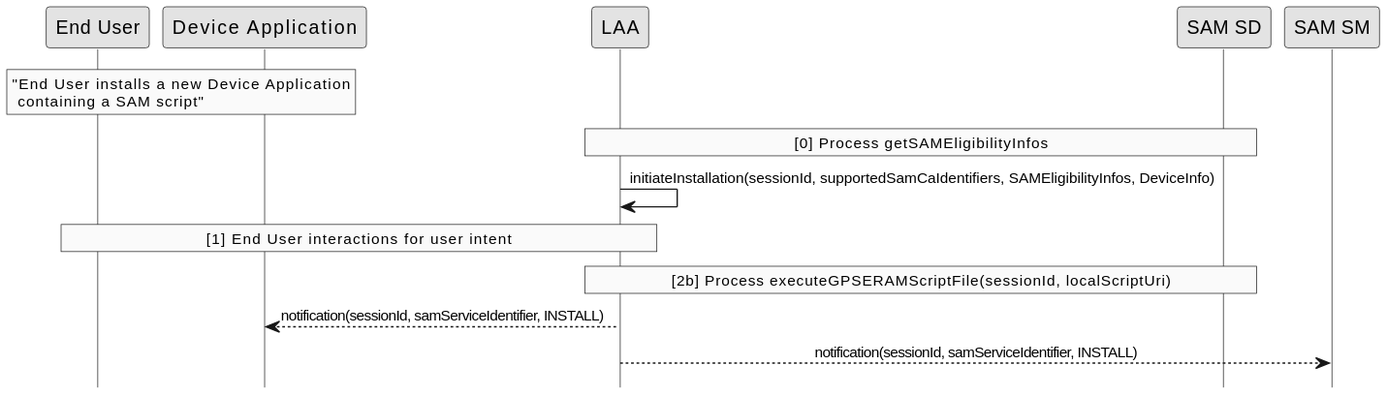
Above: doc/uml/install-local.svg in GlobalPlatform/LAA-SAM_SM-Interface (PlantUML), before the change.
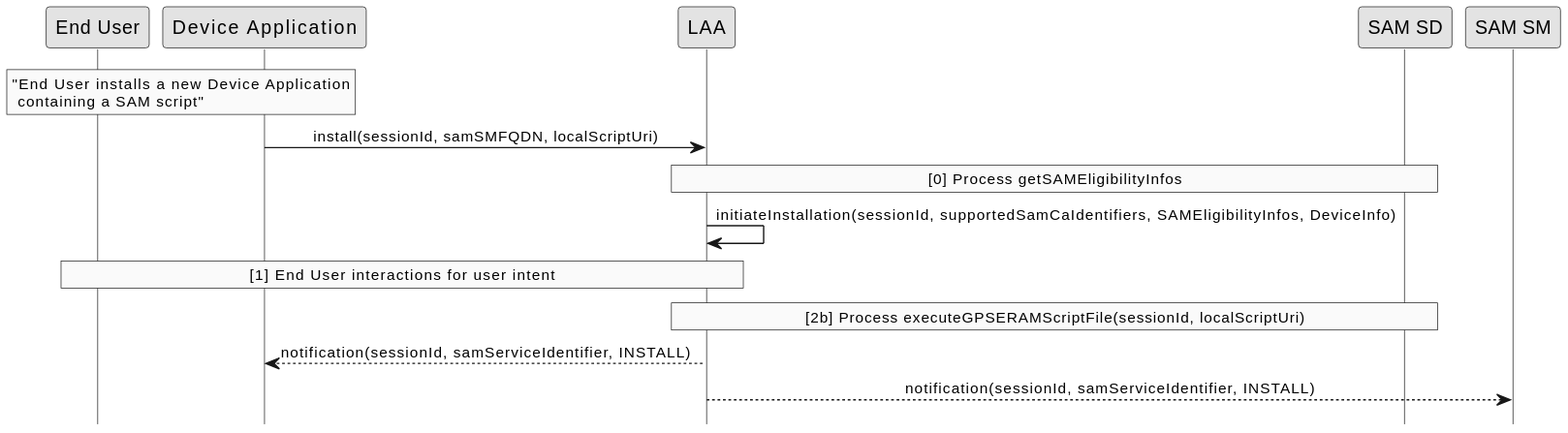
The same diagram one commit later.

Diff of the diagram source:
```diff
@@ -12,11 +12,13 @@
       containing a SAM script"
 end rnote
 
+"Device Application" -> LAA : install(sessionId, samSMFQDN, localScriptUri)
+
 rnote over "LAA", "SAM SD"
      [0] Process getSAMEligibilityInfos
 end rnote
 
-"LAA" -> "LAA" : initiateInstallation(sessionId, supportedKlccs, SAMEligibilityInfos, DeviceInfo)
+"LAA" -> "LAA" : initiateInstallation(sessionId, supportedSamCaIdentifiers, SAMEligibilityInfos, DeviceInfo)
 
 rnote over "LAA", "End User"
      [1] End User interactions for user intent
@@ -26,7 +28,7 @@
      [2b] Process executeGPSERAMScriptFile(sessionId, localScriptUri)
 end rnote
 
-LAA --> "Device Application" : notification(sessionId, aspSDAid, INSTALL)
+LAA --> "Device Application" : notification(sessionId, samServiceIdentifier, INSTALL)
 
-LAA --> "SAM SM" : notification(sessionId, aspSDAid, INSTALL)
+LAA --> "SAM SM" : notification(sessionId, samServiceIdentifier, INSTALL)
 @enduml
```
